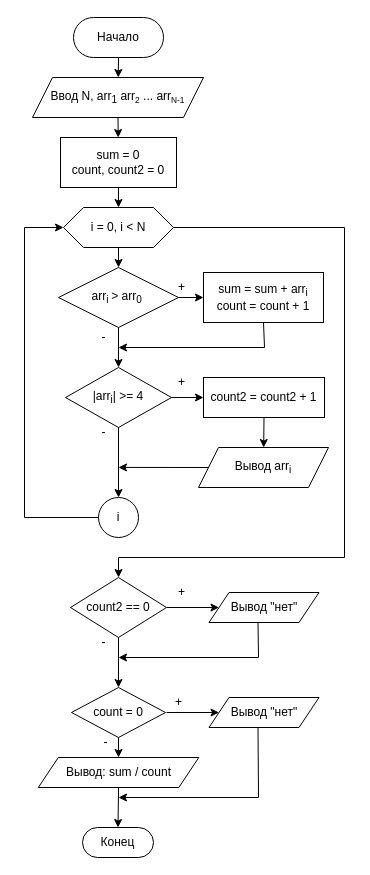
Earlier version of the draw.io diagram Semester-2/Программирование (15)/Отчёты/6.1.drawio (JustyDev/University). Source tidied: cells renumbered, new cells numbered last; positions are measured from the earlier drawing's top-left corner, leaving out a move shared by most shapes. Both pictures are drawn from the tidied source at 100%, with x=0, y=0 at pixel (24, 17).
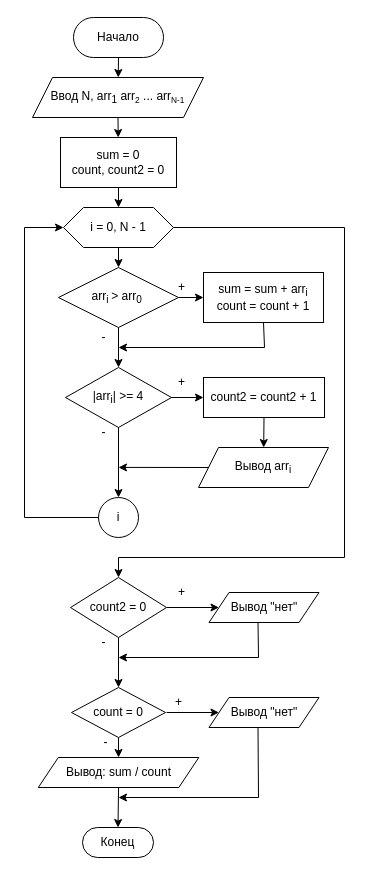
The same diagram, later.

Change to the diagram source:
```diff
@@
-    <mxCell id="4" value="i = 0, i &amp;lt; N" style="shape=hexagon;perimeter=hexagonPerimeter2;whiteSpace=wrap;html=1;fixedSize=1;" parent="1" vertex="1">
+    <mxCell id="4" value="i = 0, N - 1" style="shape=hexagon;perimeter=hexagonPerimeter2;whiteSpace=wrap;html=1;fixedSize=1;" parent="1" vertex="1">
       <mxGeometry x="39" y="190" width="110" height="40" as="geometry" />
     </mxCell>
@@
-    <mxCell id="25" value="count2 == 0" style="rhombus;whiteSpace=wrap;html=1;" parent="1" vertex="1">
+    <mxCell id="25" value="count2 = 0" style="rhombus;whiteSpace=wrap;html=1;" parent="1" vertex="1">
       <mxGeometry x="46" y="560" width="96" height="60" as="geometry" />
     </mxCell>
```
